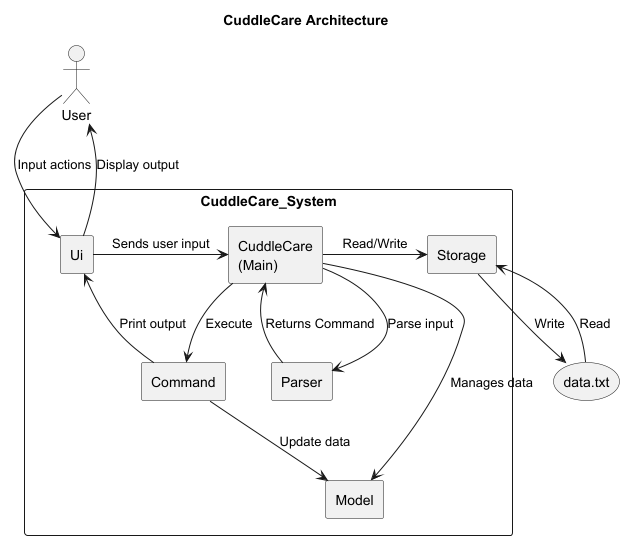
The PlantUML diagram docs/diagrams/Architecture-CuddleCare_Architecture.png in Kevin88866/tp, before a commit.
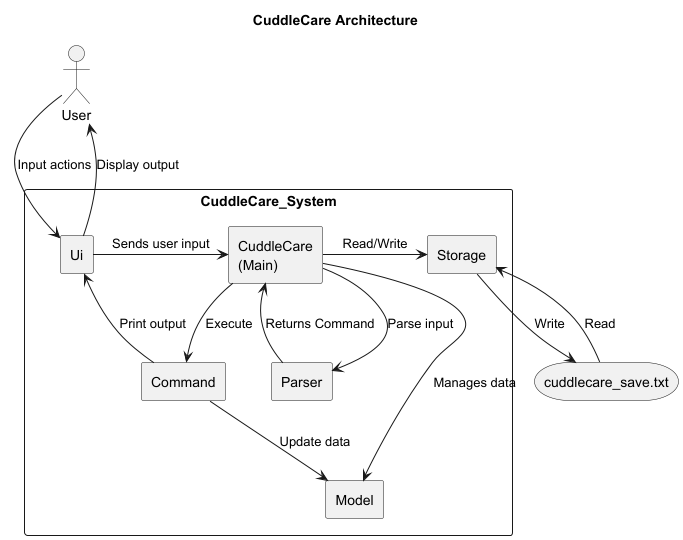
Above is the later version.

Commit message:
Update Architecture diagram with correct txt file name

What changed in the source:
```diff
@@ -16,7 +16,7 @@
     component Storage
 }
 
-storage "data.txt"
+storage "cuddlecare_save.txt"
 
 User -down-> Ui : Input actions
 Ui -up-> User : Display output
@@ -32,7 +32,7 @@
 Command -up-> Ui : Print output
 Command -down-> Model : Update data
 
-Storage -down-> "data.txt" : Write
-"data.txt" -up-> Storage : Read
+Storage -down-> "cuddlecare_save.txt" : Write
+"cuddlecare_save.txt" -up-> Storage : Read
 
 @enduml
```
